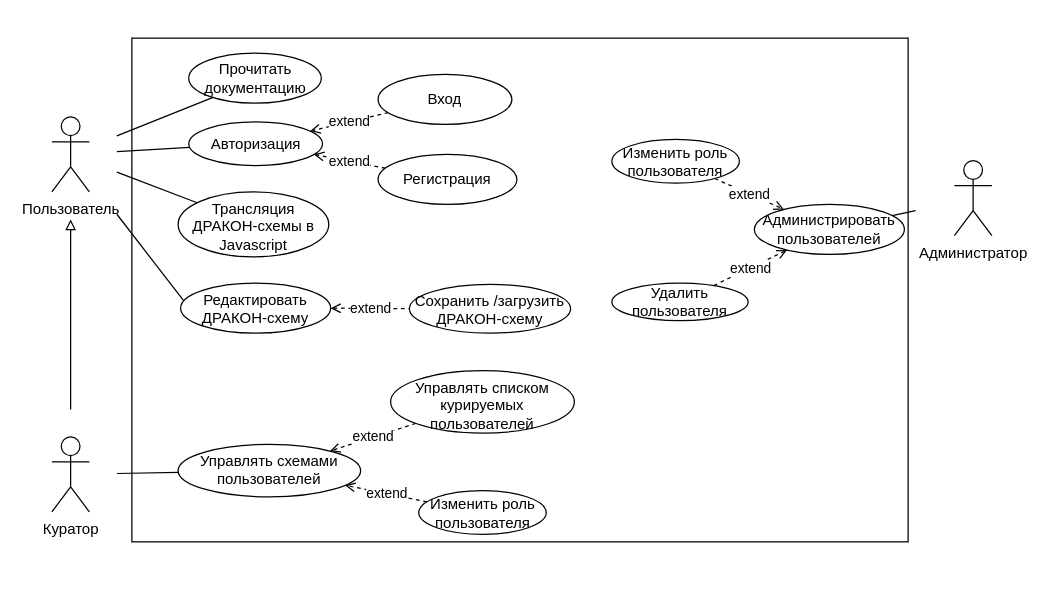
The draw.io diagram page "usecase" (1 of 7) of dizdocs/usecase_new.drawio in samarsky-canary/dragon, before the edit. Source tidied: cells renumbered, new cells numbered last; positions are measured from the earlier drawing's top-left corner, leaving out a move shared by most shapes. Both pictures are drawn from the tidied source at 125%, with x=0, y=0 at pixel (51, 38).
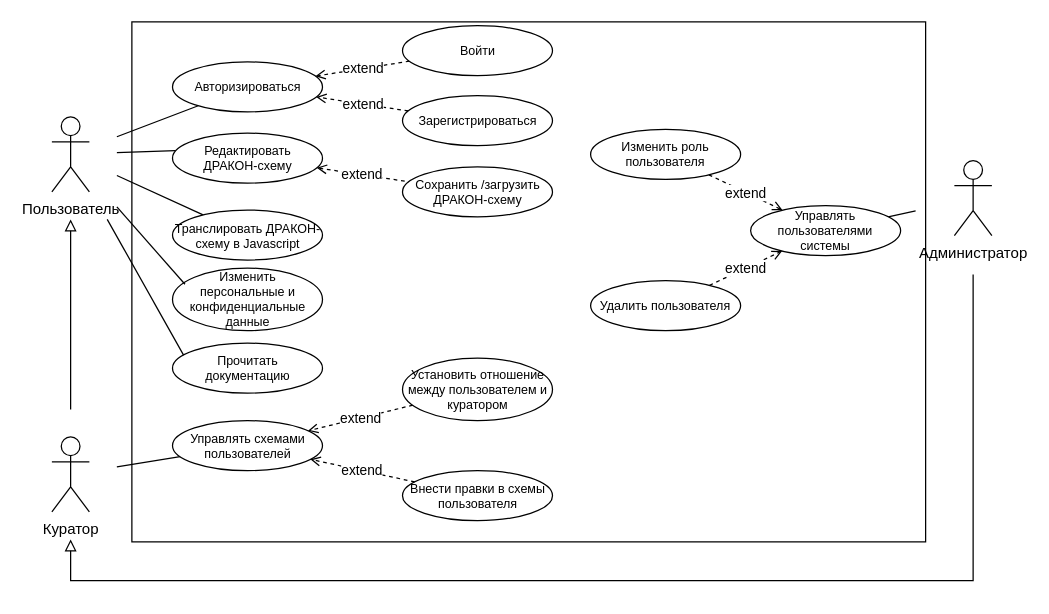
Above is the later version.

The change refers to these unchanged cells:
```xml
<mxCell id="6" value="Пользователь" style="shape=umlActor;verticalLabelPosition=bottom;verticalAlign=top;html=1;outlineConnect=0;perimeterSpacing=22;" parent="1" vertex="1">
  <mxGeometry y="63" width="30" height="60" as="geometry" />
</mxCell>
<mxCell id="9" value="Куратор" style="shape=umlActor;verticalLabelPosition=bottom;verticalAlign=top;html=1;outlineConnect=0;perimeterSpacing=22;" parent="1" vertex="1">
  <mxGeometry y="319" width="30" height="60" as="geometry" />
</mxCell>
<mxCell id="11" value="Администратор" style="shape=umlActor;verticalLabelPosition=bottom;verticalAlign=top;html=1;outlineConnect=0;perimeterSpacing=31;" parent="1" vertex="1">
  <mxGeometry x="722" y="98" width="30" height="60" as="geometry" />
</mxCell>
```

The edit, as a diff of the source:
```diff
@@
     <mxCell id="2" style="rounded=0;whiteSpace=wrap;html=1;" parent="1" vertex="1">
-      <mxGeometry x="64" width="621" height="403" as="geometry" />
+      <mxGeometry x="64" y="-13" width="635" height="416" as="geometry" />
     </mxCell>
@@
-    <mxCell id="7" style="edgeStyle=orthogonalEdgeStyle;rounded=0;jettySize=auto;html=1;endArrow=block;endFill=0;" parent="1" edge="1" source="9" target="6">
+    <mxCell id="7" style="edgeStyle=orthogonalEdgeStyle;rounded=0;jettySize=auto;html=1;endArrow=block;endFill=0;endSize=7;" parent="1" edge="1" source="9" target="6">
       <mxGeometry relative="1" as="geometry" />
     </mxCell>
@@
+    <mxCell id="33" style="edgeStyle=orthogonalEdgeStyle;rounded=0;jettySize=auto;html=1;endArrow=block;endFill=0;endSize=7;" parent="1" edge="1" source="11" target="9">
+      <mxGeometry relative="1" as="geometry">
+        <Array as="points">
+          <mxPoint x="737" y="434" />
+          <mxPoint x="15" y="434" />
+        </Array>
+      </mxGeometry>
+    </mxCell>
@@
-    <mxCell id="13" value="Авторизация" style="ellipse;whiteSpace=wrap;html=1;" parent="1" vertex="1">
-      <mxGeometry x="109.5" y="67" width="107" height="35" as="geometry" />
+    <mxCell id="13" value="Авторизироваться" style="ellipse;whiteSpace=wrap;html=1;align=center;verticalAlign=middle;fontSize=10;" parent="1" vertex="1">
+      <mxGeometry x="96.5" y="19" width="120" height="40" as="geometry" />
     </mxCell>
-    <mxCell id="14" value="Вход" style="ellipse;whiteSpace=wrap;html=1;" parent="1" vertex="1">
-      <mxGeometry x="261" y="29" width="107" height="40" as="geometry" />
+    <mxCell id="14" value="Войти" style="ellipse;whiteSpace=wrap;html=1;align=center;verticalAlign=middle;fontSize=10;" parent="1" vertex="1">
+      <mxGeometry x="280.5" y="-10" width="120" height="40" as="geometry" />
     </mxCell>
@@
-    <mxCell id="16" value="Администрировать&lt;br&gt;пользователей" style="ellipse;whiteSpace=wrap;html=1;" parent="1" vertex="1">
-      <mxGeometry x="562" y="133" width="120" height="40" as="geometry" />
+    <mxCell id="16" value="Управлять пользователями системы" style="ellipse;whiteSpace=wrap;html=1;fontSize=10;verticalAlign=middle;align=center;" parent="1" vertex="1">
+      <mxGeometry x="559" y="134" width="120" height="40" as="geometry" />
     </mxCell>
@@
-    <mxCell id="18" value="Изменить роль пользователя" style="ellipse;whiteSpace=wrap;html=1;" parent="1" vertex="1">
-      <mxGeometry x="448" y="81" width="102" height="35" as="geometry" />
+    <mxCell id="18" value="Изменить роль пользователя" style="ellipse;whiteSpace=wrap;html=1;fontSize=10;verticalAlign=middle;align=center;" parent="1" vertex="1">
+      <mxGeometry x="431" y="73" width="120" height="40" as="geometry" />
     </mxCell>
@@
-    <mxCell id="20" value="Управлять схемами пользователей" style="ellipse;whiteSpace=wrap;html=1;verticalAlign=top;" parent="1" vertex="1">
-      <mxGeometry x="101" y="325" width="146" height="42" as="geometry" />
+    <mxCell id="20" value="Управлять схемами пользователей" style="ellipse;whiteSpace=wrap;html=1;verticalAlign=middle;align=center;fontSize=10;" parent="1" vertex="1">
+      <mxGeometry x="96.5" y="306" width="120" height="40" as="geometry" />
     </mxCell>
-    <mxCell id="21" value="Редактировать ДРАКОН-схему" style="ellipse;whiteSpace=wrap;html=1;verticalAlign=top;" parent="1" vertex="1">
-      <mxGeometry x="103" y="196" width="120" height="40" as="geometry" />
+    <mxCell id="21" value="Редактировать &lt;br&gt;ДРАКОН-схему" style="ellipse;whiteSpace=wrap;html=1;verticalAlign=middle;align=center;fontSize=10;" parent="1" vertex="1">
+      <mxGeometry x="96.5" y="76" width="120" height="40" as="geometry" />
     </mxCell>
-    <mxCell id="22" value="Управлять списком курируемых пользователей" style="ellipse;whiteSpace=wrap;html=1;verticalAlign=top;" parent="1" vertex="1">
-      <mxGeometry x="271" y="266" width="147" height="50" as="geometry" />
+    <mxCell id="22" value="Установить отношение между пользователем и куратором" style="ellipse;whiteSpace=wrap;html=1;verticalAlign=middle;align=center;fontSize=10;" parent="1" vertex="1">
+      <mxGeometry x="280.5" y="256" width="120" height="50" as="geometry" />
     </mxCell>
-    <mxCell id="23" value="Удалить пользователя" style="ellipse;whiteSpace=wrap;html=1;" parent="1" vertex="1">
-      <mxGeometry x="448" y="196" width="109" height="30" as="geometry" />
+    <mxCell id="23" value="Удалить пользователя" style="ellipse;whiteSpace=wrap;html=1;fontSize=10;verticalAlign=middle;align=center;" parent="1" vertex="1">
+      <mxGeometry x="431" y="194" width="120" height="40" as="geometry" />
     </mxCell>
@@
-    <mxCell id="25" value="Сохранить /загрузить ДРАКОН-схему" style="ellipse;whiteSpace=wrap;html=1;verticalAlign=top;" parent="1" vertex="1">
-      <mxGeometry x="286" y="197" width="129" height="39" as="geometry" />
+    <mxCell id="25" value="Сохранить /загрузить ДРАКОН-схему" style="ellipse;whiteSpace=wrap;html=1;verticalAlign=middle;align=center;fontSize=10;" parent="1" vertex="1">
+      <mxGeometry x="280.5" y="103" width="120" height="40" as="geometry" />
     </mxCell>
@@
-    <mxCell id="28" value="Прочитать документацию" style="ellipse;whiteSpace=wrap;html=1;" parent="1" vertex="1">
-      <mxGeometry x="109.5" y="12" width="106" height="40" as="geometry" />
+    <mxCell id="28" value="Прочитать документацию" style="ellipse;whiteSpace=wrap;html=1;align=center;verticalAlign=middle;fontSize=10;" parent="1" vertex="1">
+      <mxGeometry x="96.5" y="244" width="120" height="40" as="geometry" />
     </mxCell>
-    <mxCell id="29" value="Трансляция ДРАКОН-схемы в Javascript" style="ellipse;whiteSpace=wrap;html=1;verticalAlign=top;" parent="1" vertex="1">
-      <mxGeometry x="101" y="123" width="120.5" height="52" as="geometry" />
+    <mxCell id="29" value="Транслировать ДРАКОН-схему в Javascript" style="ellipse;whiteSpace=wrap;html=1;verticalAlign=middle;align=center;fontSize=10;" parent="1" vertex="1">
+      <mxGeometry x="96.5" y="137.5" width="120" height="40" as="geometry" />
     </mxCell>
-    <mxCell id="30" value="Регистрация" style="ellipse;whiteSpace=wrap;html=1;" parent="1" vertex="1">
-      <mxGeometry x="261" y="93" width="111" height="40" as="geometry" />
+    <mxCell id="30" value="Зарегистрироваться" style="ellipse;whiteSpace=wrap;html=1;align=center;verticalAlign=middle;fontSize=10;" parent="1" vertex="1">
+      <mxGeometry x="280.5" y="46" width="120" height="40" as="geometry" />
     </mxCell>
-    <mxCell id="31" value="Изменить роль пользователя" style="ellipse;whiteSpace=wrap;html=1;" parent="1" vertex="1">
-      <mxGeometry x="293.5" y="362" width="102" height="35" as="geometry" />
+    <mxCell id="31" value="Внести правки в схемы пользователя" style="ellipse;whiteSpace=wrap;html=1;align=center;verticalAlign=middle;fontSize=10;" parent="1" vertex="1">
+      <mxGeometry x="280.5" y="346" width="120" height="40" as="geometry" />
     </mxCell>
@@
+    <mxCell id="34" value="Изменить &lt;br&gt;персональные и конфиденциальные данные" style="ellipse;whiteSpace=wrap;html=1;align=center;verticalAlign=middle;fontSize=10;" parent="1" vertex="1">
+      <mxGeometry x="96.5" y="184" width="120" height="50" as="geometry" />
+    </mxCell>
+    <mxCell id="35" style="rounded=0;jettySize=auto;html=1;endArrow=none;endFill=0;exitX=0.083;exitY=0.258;exitDx=0;exitDy=0;exitPerimeter=0;" parent="1" edge="1" source="34" target="6">
+      <mxGeometry relative="1" as="geometry" />
+    </mxCell>
```
